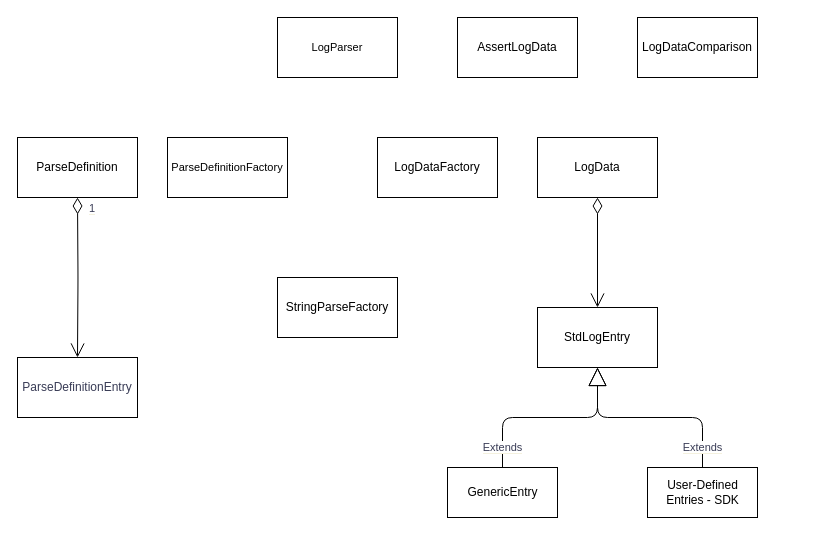
adobe/log-parser keeps this draw.io diagram as page "Classes" (1 of 3) of diagrams/Log_Parser.drawio. Above is the earlier version. Source tidied: cells renumbered, new cells numbered last; positions are measured from the earlier drawing's top-left corner, leaving out a move shared by most shapes. Both pictures are drawn from the tidied source at 100%, with x=0, y=0 at pixel (17, 17).
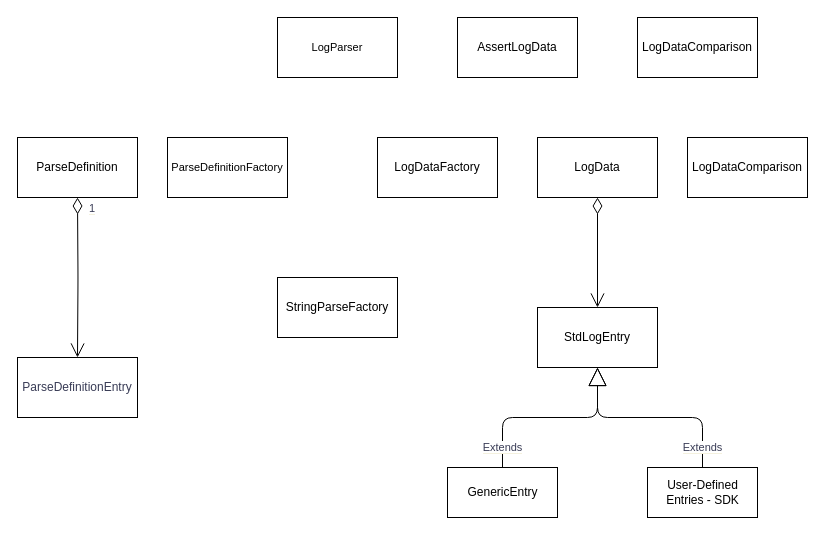
After the change.

What changed in the source:
```diff
@@
+    <mxCell id="18" value="LogDataComparison" style="rounded=0;whiteSpace=wrap;html=1;" parent="1" vertex="1">
+      <mxGeometry x="670" y="120" width="120" height="60" as="geometry" />
+    </mxCell>
```
